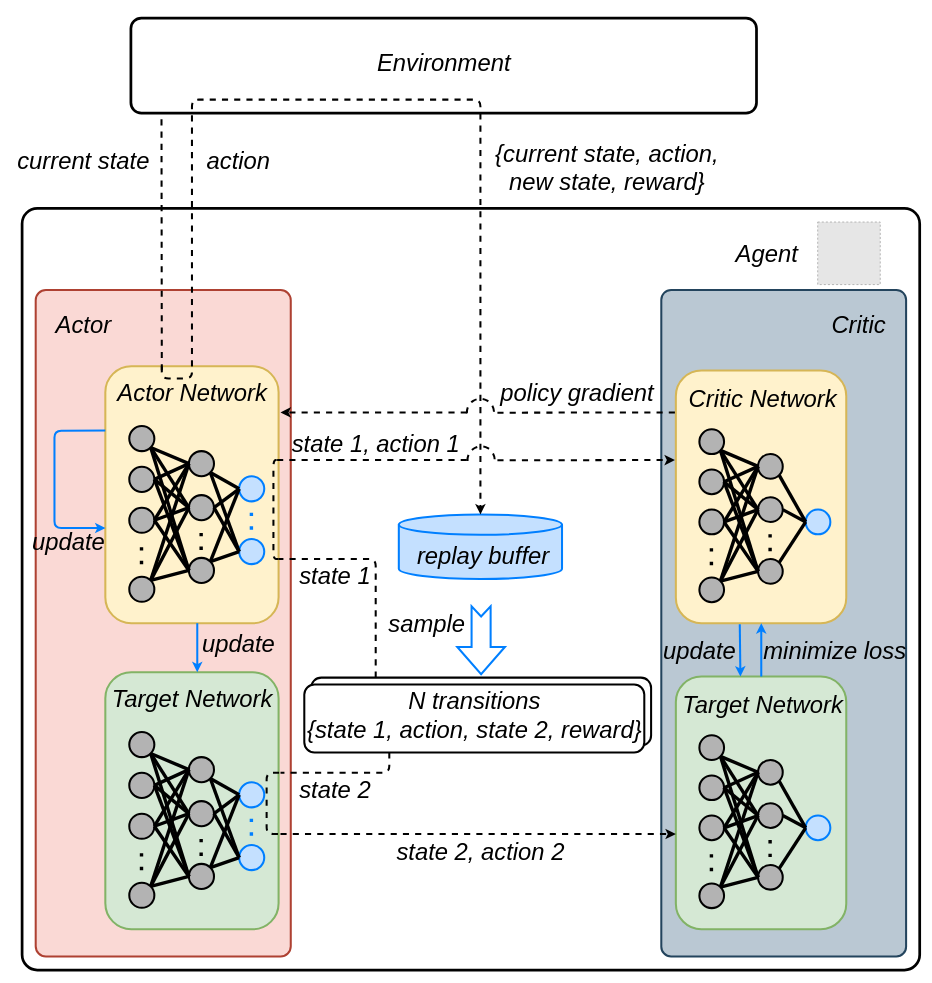
Earlier version of the draw.io diagram page "DDPG" (7 of 16) of drawio.drawio (peachhhhh/satellite). Source tidied: cells renumbered, new cells numbered last; positions are measured from the earlier drawing's top-left corner, leaving out a move shared by most shapes. Both pictures are drawn from the tidied source at 68%, with x=0, y=0 at pixel (12, 18). Pictures stored in the file or linked from it are replaced by grey dashed boxes.
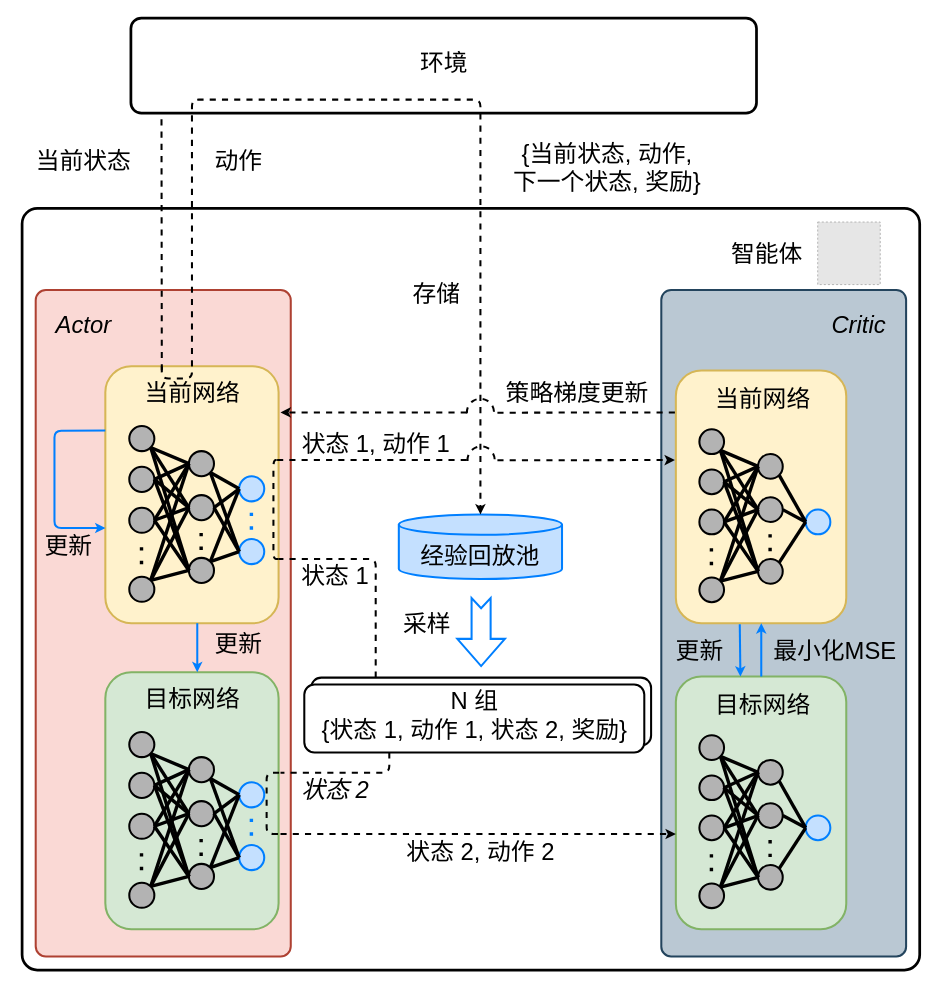
After the change.

Unchanged cells that the change refers to:
```xml
<mxCell id="8" style="group;" parent="1" vertex="1">
  <mxGeometry x="172.6" y="1050" width="240.1" height="290" as="geometry" />
</mxCell>
<mxCell id="43" style="group;" parent="1" vertex="1">
  <mxGeometry x="1011" y="1054.8" width="236.1" height="285.1" as="geometry" />
</mxCell>
<mxCell id="72" style="group;" parent="1" vertex="1">
  <mxGeometry x="569" y="730" width="240" height="95" as="geometry" />
</mxCell>
<mxCell id="75" style="group;" parent="1" vertex="1">
  <mxGeometry x="172.6" y="600" width="240.1" height="290" as="geometry" />
</mxCell>
<mxCell id="114" style="group;" parent="1" vertex="1">
  <mxGeometry x="1011" y="604.9" width="236.1" height="285.1" as="geometry" />
</mxCell>
```

What changed in the source:
```diff
@@
-    <mxCell id="40" value="Target Network" style="text;html=1;align=center;verticalAlign=middle;fontSize=35;fontColor=#000000;fontStyle=2;" parent="8" vertex="1">
-      <mxGeometry x="-32.7" y="-75" width="250" height="50" as="geometry" />
+    <mxCell id="40" value="目标网络" style="text;html=1;align=center;verticalAlign=middle;fontSize=35;fontColor=#000000;fontStyle=0;" parent="8" vertex="1">
+      <mxGeometry x="12.3" y="-75" width="160" height="50" as="geometry" />
     </mxCell>
@@
-    <mxCell id="70" value="&lt;font style=&quot;font-size: 35px&quot;&gt;Target Network&lt;/font&gt;" style="text;html=1;align=center;verticalAlign=middle;fontSize=28;fontColor=#000000;fontStyle=2;" parent="43" vertex="1">
-      <mxGeometry x="-32.4" y="-64.9" width="250" height="40" as="geometry" />
+    <mxCell id="70" value="&lt;font style=&quot;font-size: 35px&quot;&gt;目标网络&lt;/font&gt;" style="text;html=1;align=center;verticalAlign=middle;fontSize=28;fontColor=#000000;fontStyle=0;" parent="43" vertex="1">
+      <mxGeometry x="12.6" y="-64.9" width="160" height="40" as="geometry" />
     </mxCell>
@@
-    <mxCell id="74" value="&lt;font style=&quot;font-size: 35px&quot;&gt;&amp;nbsp;replay buffer&lt;/font&gt;" style="text;html=1;align=center;verticalAlign=middle;fontSize=28;fontColor=#000000;fontStyle=2;" parent="72" vertex="1">
-      <mxGeometry x="9" y="40" width="220" height="40" as="geometry" />
+    <mxCell id="74" value="&lt;font style=&quot;font-size: 35px&quot;&gt;经验回放池&lt;/font&gt;" style="text;html=1;align=center;verticalAlign=middle;fontSize=28;fontColor=#000000;fontStyle=0;" parent="72" vertex="1">
+      <mxGeometry x="24" y="40" width="190" height="40" as="geometry" />
     </mxCell>
@@
-    <mxCell id="107" value="Actor Network" style="text;html=1;align=center;verticalAlign=middle;fontSize=35;fontColor=#000000;fontStyle=2;" parent="75" vertex="1">
-      <mxGeometry x="-22.7" y="-75" width="230" height="50" as="geometry" />
+    <mxCell id="107" value="当前网络" style="text;html=1;align=center;verticalAlign=middle;fontSize=35;fontColor=#000000;fontStyle=0;" parent="75" vertex="1">
+      <mxGeometry x="12.3" y="-75" width="160" height="50" as="geometry" />
     </mxCell>
@@
-    <mxCell id="141" value="&lt;font style=&quot;font-size: 35px&quot;&gt;Critic Network&lt;/font&gt;" style="text;html=1;align=center;verticalAlign=middle;fontSize=28;fontColor=#000000;fontStyle=2;" parent="114" vertex="1">
-      <mxGeometry x="-22.4" y="-64.9" width="230" height="40" as="geometry" />
+    <mxCell id="141" value="&lt;font style=&quot;font-size: 35px&quot;&gt;当前网络&lt;/font&gt;" style="text;html=1;align=center;verticalAlign=middle;fontSize=28;fontColor=#000000;fontStyle=0;" parent="114" vertex="1">
+      <mxGeometry x="12.6" y="-64.9" width="160" height="40" as="geometry" />
     </mxCell>
@@
-    <mxCell id="143" value="update" style="text;html=1;align=center;verticalAlign=middle;fontSize=35;fontColor=#000000;fontStyle=2;" parent="1" vertex="1">
-      <mxGeometry x="272.6" y="895" width="120" height="50" as="geometry" />
+    <mxCell id="143" value="更新" style="text;html=1;align=center;verticalAlign=middle;fontSize=35;fontColor=#000000;fontStyle=0;" parent="1" vertex="1">
+      <mxGeometry x="287.6" y="895" width="90" height="50" as="geometry" />
     </mxCell>
-    <mxCell id="144" value="update" style="text;html=1;align=center;verticalAlign=middle;fontSize=35;fontColor=#000000;fontStyle=2;" parent="1" vertex="1">
-      <mxGeometry x="951" y="905" width="120" height="50" as="geometry" />
+    <mxCell id="144" value="更新" style="text;html=1;align=center;verticalAlign=middle;fontSize=35;fontColor=#000000;fontStyle=0;" parent="1" vertex="1">
+      <mxGeometry x="966" y="905" width="90" height="50" as="geometry" />
     </mxCell>
-    <mxCell id="145" value="Environment" style="text;html=1;align=center;verticalAlign=middle;fontSize=35;fontColor=#000000;fontStyle=2;" parent="1" vertex="1">
-      <mxGeometry x="530" y="40" width="210" height="50" as="geometry" />
+    <mxCell id="145" value="环境" style="text;html=1;align=center;verticalAlign=middle;fontSize=35;fontColor=#000000;fontStyle=0;" parent="1" vertex="1">
+      <mxGeometry x="590" y="40" width="90" height="50" as="geometry" />
     </mxCell>
@@
-    <mxCell id="148" value="action" style="text;html=1;align=center;verticalAlign=middle;fontSize=35;fontColor=#000000;fontStyle=2;" parent="1" vertex="1">
-      <mxGeometry x="277.6" y="185" width="110" height="50" as="geometry" />
+    <mxCell id="148" value="动作" style="text;html=1;align=center;verticalAlign=middle;fontSize=35;fontColor=#000000;fontStyle=0;" parent="1" vertex="1">
+      <mxGeometry x="287.6" y="185" width="90" height="50" as="geometry" />
     </mxCell>
-    <mxCell id="149" value="&lt;div style=&quot;font-size: 35px;&quot;&gt;{current state, action,&lt;/div&gt;&lt;div style=&quot;font-size: 35px;&quot;&gt;new state, reward}&lt;/div&gt;" style="text;html=1;align=center;verticalAlign=middle;fontSize=35;fontColor=#000000;fontStyle=2;" parent="1" vertex="1">
-      <mxGeometry x="705" y="175" width="340" height="90" as="geometry" />
+    <mxCell id="149" value="&lt;div style=&quot;font-size: 35px&quot;&gt;{当前状态, 动作,&lt;/div&gt;&lt;div style=&quot;font-size: 35px&quot;&gt;下一个状态, 奖励}&lt;/div&gt;" style="text;html=1;align=center;verticalAlign=middle;fontSize=35;fontColor=#000000;fontStyle=0;" parent="1" vertex="1">
+      <mxGeometry x="730" y="175" width="290" height="90" as="geometry" />
     </mxCell>
@@
-    <mxCell id="151" value="current state" style="text;html=1;align=center;verticalAlign=middle;fontSize=35;fontColor=#000000;fontStyle=2;" parent="1" vertex="1">
-      <mxGeometry y="185" width="210" height="50" as="geometry" />
+    <mxCell id="151" value="当前状态" style="text;html=1;align=center;verticalAlign=middle;fontSize=35;fontColor=#000000;fontStyle=0;" parent="1" vertex="1">
+      <mxGeometry x="25" y="185" width="160" height="50" as="geometry" />
     </mxCell>
     <mxCell id="152" style="html=1;shadow=0;dashed=0;align=center;verticalAlign=middle;shape=mxgraph.arrows2.arrow;dy=0.6;dx=40;notch=15;labelBackgroundColor=none;comic=0;strokeWidth=3;fillColor=none;fontFamily=Helvetica;flipH=1;strokeColor=#007FFF;rotation=-90;" parent="1" vertex="1">
-      <mxGeometry x="640" y="880" width="100" height="70" as="geometry" />
+      <mxGeometry x="640" y="868" width="100" height="70" as="geometry" />
     </mxCell>
-    <mxCell id="153" value="sample" style="text;html=1;align=center;verticalAlign=middle;fontSize=35;fontColor=#000000;fontStyle=2;" parent="1" vertex="1">
-      <mxGeometry x="545" y="865" width="130" height="50" as="geometry" />
+    <mxCell id="153" value="采样" style="text;html=1;align=center;verticalAlign=middle;fontSize=35;fontColor=#000000;fontStyle=0;" parent="1" vertex="1">
+      <mxGeometry x="565" y="865" width="90" height="50" as="geometry" />
     </mxCell>
-    <mxCell id="154" value="N transitions&lt;br style=&quot;font-size: 35px;&quot;&gt;&lt;div style=&quot;font-size: 35px;&quot;&gt;{state 1, action, state 2, reward}&lt;/div&gt;" style="text;html=1;align=center;verticalAlign=middle;fontSize=35;fontColor=#000000;fontStyle=2;" parent="1" vertex="1">
-      <mxGeometry x="430" y="980" width="500" height="90" as="geometry" />
+    <mxCell id="154" value="N 组&lt;br style=&quot;font-size: 35px&quot;&gt;&lt;div style=&quot;font-size: 35px&quot;&gt;{状态 1, 动作 1, 状态 2, 奖励}&lt;/div&gt;" style="text;html=1;align=center;verticalAlign=middle;fontSize=35;fontColor=#000000;fontStyle=0;" parent="1" vertex="1">
+      <mxGeometry x="450" y="980" width="460" height="90" as="geometry" />
     </mxCell>
-    <mxCell id="155" value="minimize loss" style="text;html=1;align=center;verticalAlign=middle;fontSize=35;fontColor=#000000;fontStyle=2;" parent="1" vertex="1">
-      <mxGeometry x="1095" y="905" width="230" height="50" as="geometry" />
+    <mxCell id="155" value="最小化MSE" style="text;html=1;align=center;verticalAlign=middle;fontSize=35;fontColor=#000000;fontStyle=0;" parent="1" vertex="1">
+      <mxGeometry x="1110" y="905" width="200" height="50" as="geometry" />
     </mxCell>
@@
-    <mxCell id="162" value="policy gradient" style="text;html=1;align=center;verticalAlign=middle;fontSize=35;fontColor=#000000;fontStyle=2;" parent="1" vertex="1">
-      <mxGeometry x="711" y="525" width="240" height="50" as="geometry" />
+    <mxCell id="162" value="策略梯度更新" style="text;html=1;align=center;verticalAlign=middle;fontSize=35;fontColor=#000000;fontStyle=0;" parent="1" vertex="1">
+      <mxGeometry x="716" y="525" width="230" height="50" as="geometry" />
     </mxCell>
@@
-    <mxCell id="166" value="state 1, action 1" style="text;html=1;align=center;verticalAlign=middle;fontSize=35;fontColor=#000000;fontStyle=2;" parent="1" vertex="1">
-      <mxGeometry x="405" y="599.9" width="260" height="50" as="geometry" />
+    <mxCell id="166" value="状态 1, 动作 1" style="text;html=1;align=center;verticalAlign=middle;fontSize=35;fontColor=#000000;fontStyle=0;" parent="1" vertex="1">
+      <mxGeometry x="420" y="599.9" width="230" height="50" as="geometry" />
     </mxCell>
-    <mxCell id="167" value="state 2" style="text;html=1;align=center;verticalAlign=middle;fontSize=35;fontColor=#000000;fontStyle=2;" parent="1" vertex="1">
-      <mxGeometry x="415" y="1110" width="120" height="50" as="geometry" />
+    <mxCell id="167" value="状态 2" style="text;html=1;align=center;verticalAlign=middle;fontSize=35;fontColor=#000000;fontStyle=2;" parent="1" vertex="1">
+      <mxGeometry x="420" y="1110" width="110" height="50" as="geometry" />
     </mxCell>
-    <mxCell id="168" value="&lt;div style=&quot;font-size: 35px;&quot;&gt;state 2, action 2&lt;br style=&quot;font-size: 35px;&quot;&gt;&lt;/div&gt;" style="text;html=1;align=center;verticalAlign=middle;fontSize=35;fontColor=#000000;fontStyle=2;" parent="1" vertex="1">
-      <mxGeometry x="559" y="1200" width="260" height="50" as="geometry" />
+    <mxCell id="168" value="&lt;div style=&quot;font-size: 35px&quot;&gt;状态 2, 动作 2&lt;br style=&quot;font-size: 35px&quot;&gt;&lt;/div&gt;" style="text;html=1;align=center;verticalAlign=middle;fontSize=35;fontColor=#000000;fontStyle=0;" parent="1" vertex="1">
+      <mxGeometry x="574" y="1200" width="230" height="50" as="geometry" />
     </mxCell>
@@
-    <mxCell id="170" value="state 1" style="text;html=1;align=center;verticalAlign=middle;fontSize=35;fontColor=#000000;fontStyle=2;" parent="1" vertex="1">
-      <mxGeometry x="415" y="795" width="120" height="50" as="geometry" />
+    <mxCell id="170" value="状态 1" style="text;html=1;align=center;verticalAlign=middle;fontSize=35;fontColor=#000000;fontStyle=0;" parent="1" vertex="1">
+      <mxGeometry x="420" y="795" width="110" height="50" as="geometry" />
     </mxCell>
-    <mxCell id="171" value="update" style="text;html=1;align=center;verticalAlign=middle;fontSize=35;fontColor=#000000;fontStyle=2;" parent="1" vertex="1">
-      <mxGeometry x="22.6" y="745" width="120" height="50" as="geometry" />
+    <mxCell id="171" value="更新" style="text;html=1;align=center;verticalAlign=middle;fontSize=35;fontColor=#000000;fontStyle=0;" parent="1" vertex="1">
+      <mxGeometry x="37.6" y="750" width="90" height="50" as="geometry" />
     </mxCell>
@@
-    <mxCell id="175" value="Agent" style="text;html=1;align=center;verticalAlign=middle;fontSize=35;fontColor=#000000;fontStyle=2;" parent="1" vertex="1">
-      <mxGeometry x="1055" y="321" width="110" height="50" as="geometry" />
+    <mxCell id="175" value="智能体" style="text;html=1;align=center;verticalAlign=middle;fontSize=35;fontColor=#000000;fontStyle=0;" parent="1" vertex="1">
+      <mxGeometry x="1050" y="321" width="120" height="50" as="geometry" />
     </mxCell>
+    <mxCell id="176" value="存储" style="text;html=1;align=center;verticalAlign=middle;fontSize=35;fontColor=#000000;fontStyle=0;" parent="1" vertex="1">
+      <mxGeometry x="579" y="380" width="90" height="50" as="geometry" />
+    </mxCell>
```
